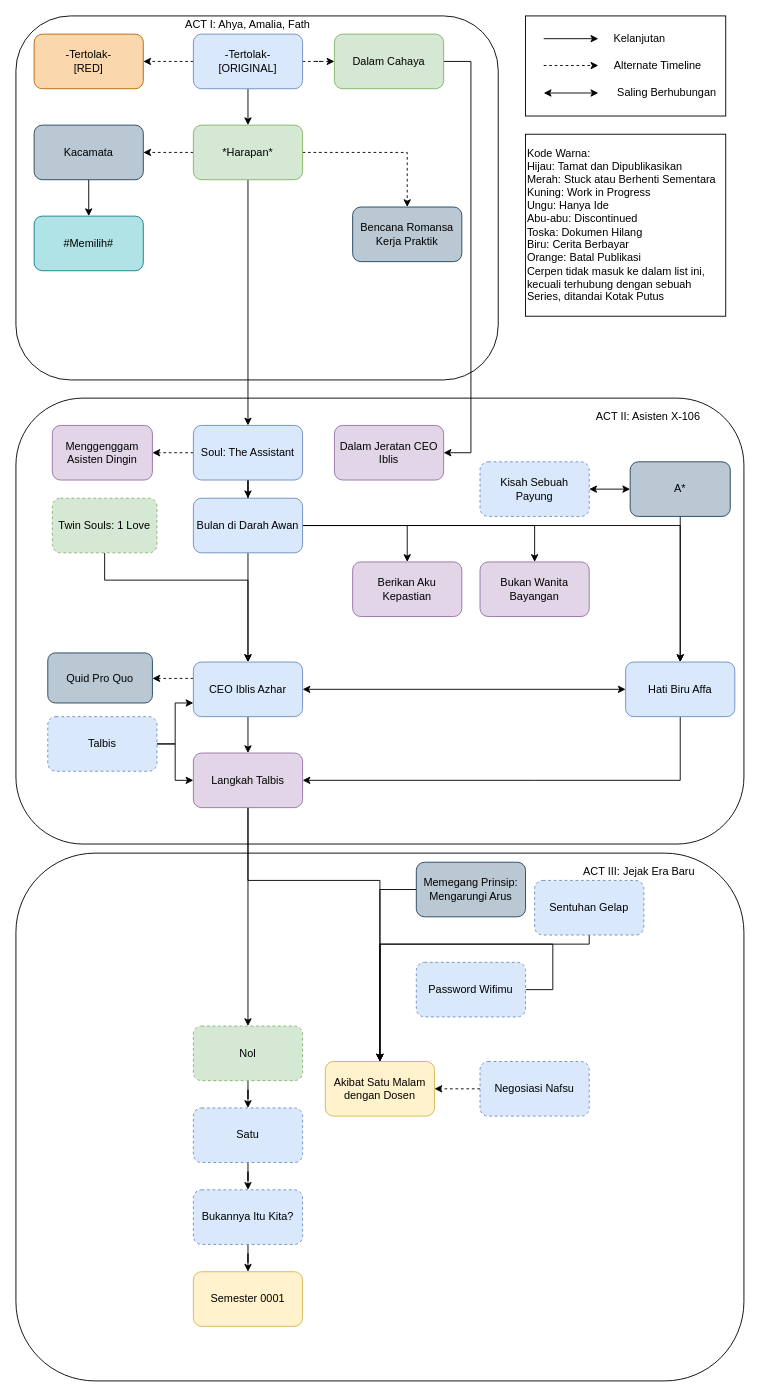
This is page "Affadverse" (1 of 3) of TimelineSeluruhCerita.drawio from DaffaMage/affad-stories-diagram, a draw.io file, before an edit. Source tidied: cells renumbered, new cells numbered last; positions are measured from the earlier drawing's top-left corner, leaving out a move shared by most shapes. Both pictures are drawn from the tidied source at 91%, with x=0, y=0 at pixel (15, 15).
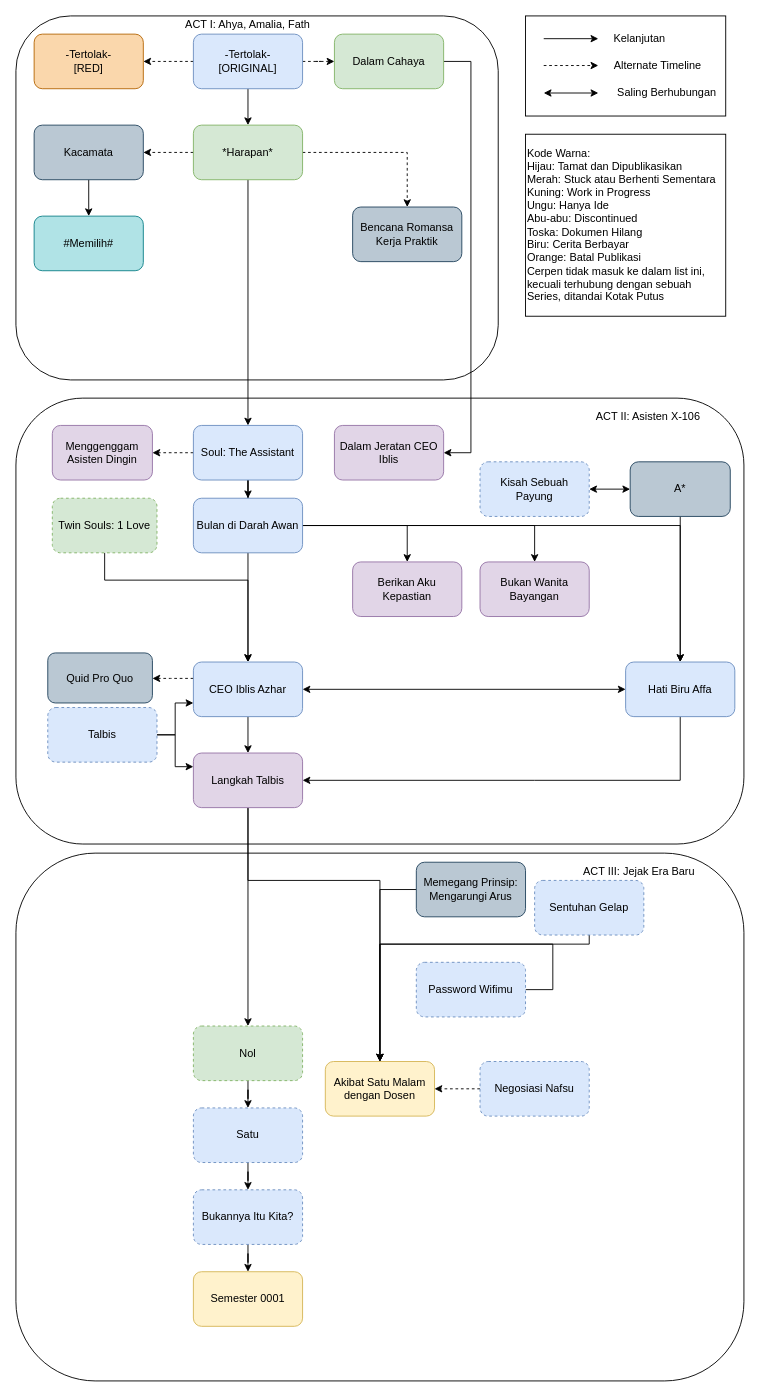
Above is the later version.

The change refers to these unchanged cells:
```xml
<mxCell id="27" value="CEO Iblis Azhar" style="rounded=1;whiteSpace=wrap;html=1;fillColor=#dae8fc;strokeColor=#6c8ebf;" parent="1" vertex="1">
  <mxGeometry x="195" y="710" width="120" height="60" as="geometry" />
</mxCell>
<mxCell id="37" value="Quid Pro Quo" style="rounded=1;whiteSpace=wrap;html=1;fillColor=#bac8d3;strokeColor=#23445d;" parent="1" vertex="1">
  <mxGeometry x="35" y="700" width="115" height="55" as="geometry" />
</mxCell>
<mxCell id="51" value="Langkah Talbis" style="rounded=1;whiteSpace=wrap;html=1;fillColor=#e1d5e7;strokeColor=#9673a6;" parent="1" vertex="1">
  <mxGeometry x="195" y="810" width="120" height="60" as="geometry" />
</mxCell>
```

Diff of the diagram source:
```diff
@@
     <mxCell id="25" style="edgeStyle=orthogonalEdgeStyle;rounded=0;jettySize=auto;html=1;dashed=1;" parent="1" edge="1" source="27" target="37">
       <mxGeometry relative="1" as="geometry">
         <Array as="points">
-          <mxPoint x="190" y="728" />
-          <mxPoint x="190" y="728" />
+          <mxPoint x="170" y="728" />
+          <mxPoint x="170" y="728" />
         </Array>
       </mxGeometry>
     </mxCell>
@@
-    <mxCell id="76" style="edgeStyle=orthogonalEdgeStyle;rounded=0;jettySize=auto;html=1;" parent="1" edge="1" source="78" target="51">
+    <mxCell id="76" style="edgeStyle=orthogonalEdgeStyle;rounded=0;jettySize=auto;html=1;entryX=0;entryY=0.25;entryDx=0;entryDy=0;" parent="1" edge="1" source="78" target="51">
       <mxGeometry relative="1" as="geometry" />
     </mxCell>
@@
     <mxCell id="78" value="Talbis" style="rounded=1;whiteSpace=wrap;html=1;fillColor=#dae8fc;strokeColor=#6c8ebf;dashed=1;" parent="1" vertex="1">
-      <mxGeometry x="35" y="770" width="120" height="60" as="geometry" />
+      <mxGeometry x="35" y="760" width="120" height="60" as="geometry" />
     </mxCell>
```
